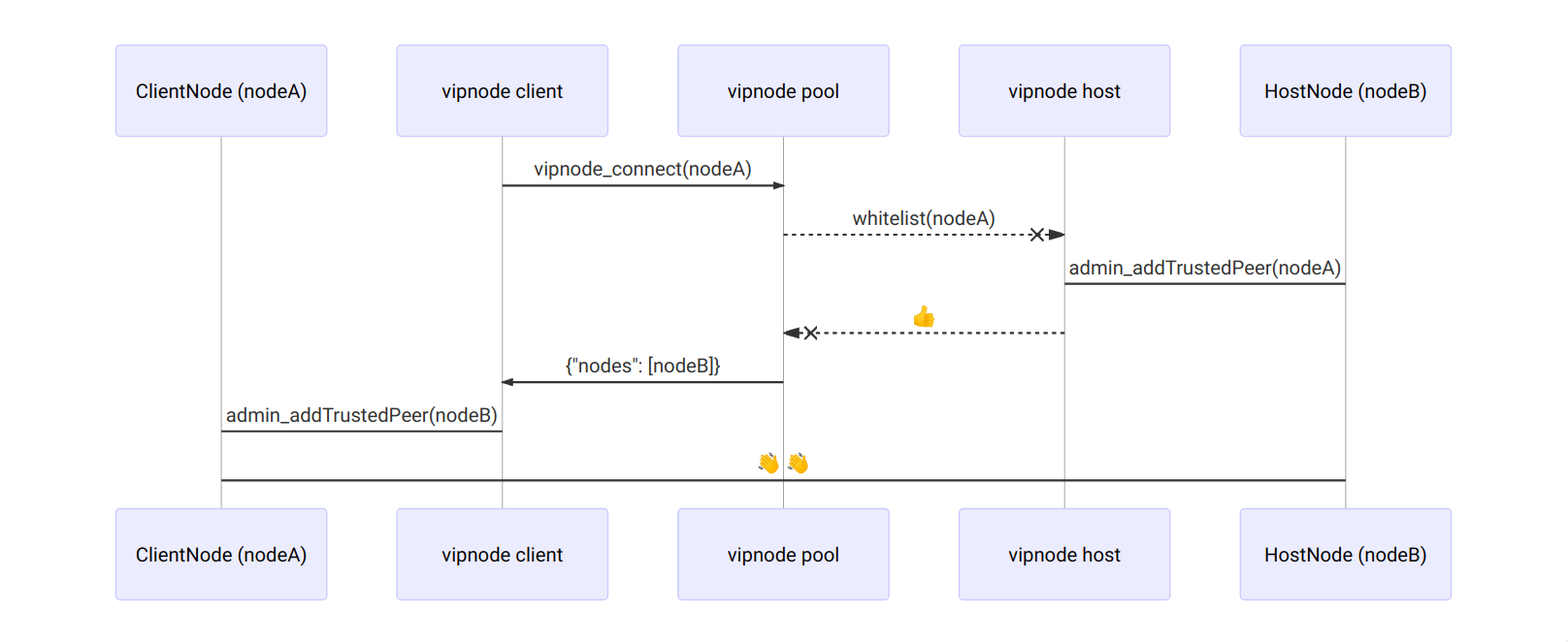
The Mermaid diagram docs/clientflow.png in vipnode/vipnode.org, before a commit. Its source is kept beside it as docs/clientflow.mmd. Source of this version:
```mermaid
sequenceDiagram
    participant ClientNode as ClientNode (nodeA)
    participant Client as vipnode client
    participant Pool as vipnode pool
    participant Host as vipnode host
    participant HostNode as HostNode (nodeB)
    Client->>Pool: vipnode_connect(nodeA)
    Pool--xHost: whitelist(nodeA)
    Host->HostNode: admin_addTrustedPeer(nodeA)
    Host--xPool: :+1:
    Pool->>Client: {"nodes": [nodeB]}
    Client->ClientNode: admin_addTrustedPeer(nodeB)
    ClientNode->HostNode: :wave:
```
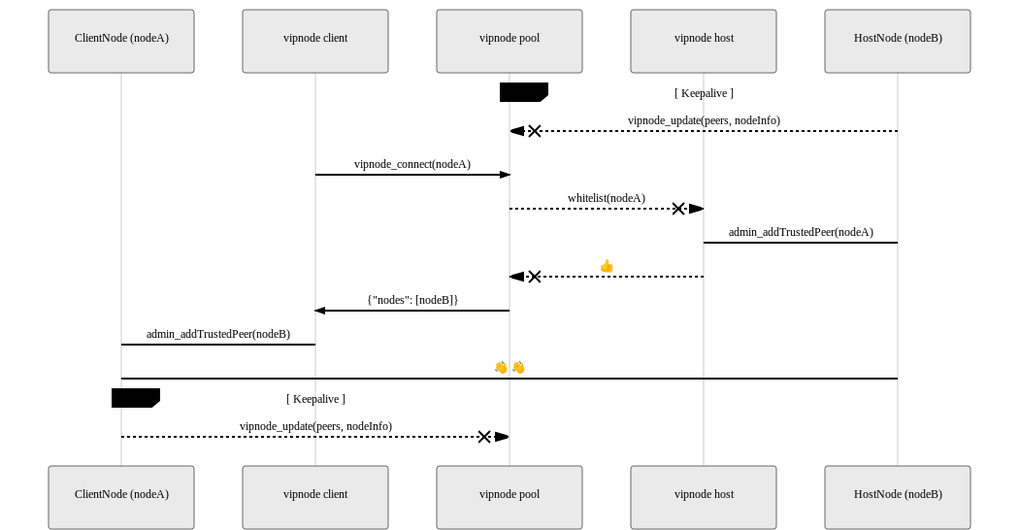
After the commit.

Commit message:
docs: Keepalive loop for diagram

Diff of the diagram source:
```diff
@@ -4,10 +4,16 @@
     participant Pool as vipnode pool
     participant Host as vipnode host
     participant HostNode as HostNode (nodeB)
+    loop Keepalive
+        HostNode--xPool: vipnode_update(peers, nodeInfo)
+    end
     Client->>Pool: vipnode_connect(nodeA)
     Pool--xHost: whitelist(nodeA)
     Host->HostNode: admin_addTrustedPeer(nodeA)
-    Host--xPool: :+1:
+    Host--xPool: 👍
     Pool->>Client: {"nodes": [nodeB]}
     Client->ClientNode: admin_addTrustedPeer(nodeB)
-    ClientNode->HostNode: :wave:
+    ClientNode->HostNode: 👋 👋
+    loop Keepalive
+        ClientNode--xPool: vipnode_update(peers, nodeInfo)
+    end
```
